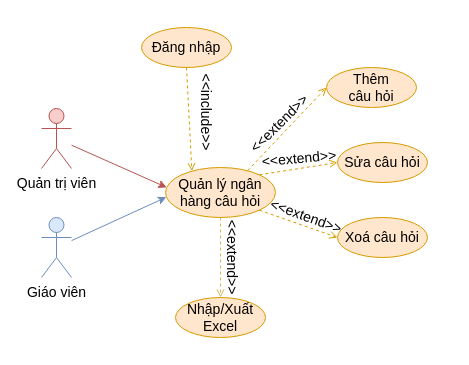
Before: Documents/draw/usecase/phan-ra/ngan-hang-cau-hoi.drawio in copecute/do-an-tot-nghiep, a draw.io diagram. Source tidied: cells renumbered, new cells numbered last; positions are measured from the earlier drawing's top-left corner, leaving out a move shared by most shapes. Both pictures are drawn from the tidied source at 100%, with x=0, y=0 at pixel (41, 27).
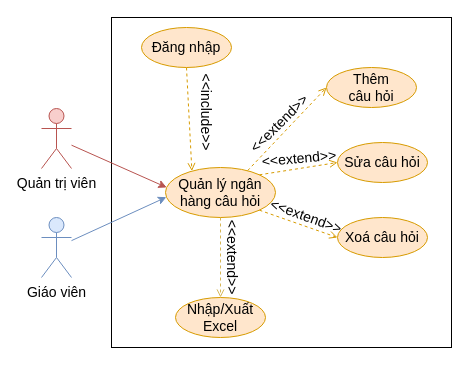
After the change.

Diff of the diagram source:
```diff
@@
+    <mxCell id="22" style="rounded=0;whiteSpace=wrap;html=1;" parent="1" vertex="1">
+      <mxGeometry x="70" y="-10" width="340" height="330" as="geometry" />
+    </mxCell>
```
